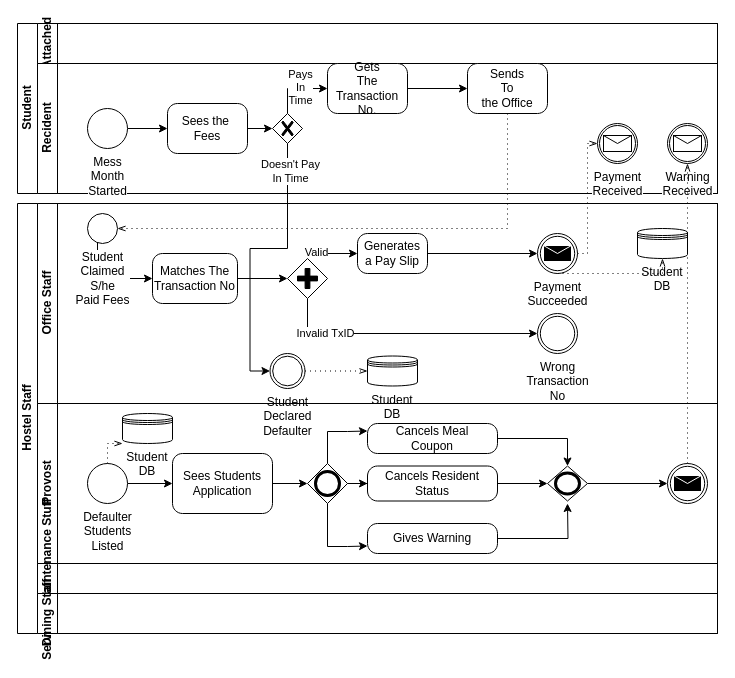
Above: page "Page-5" (5 of 6) of BPMN/BPMN_B1_4.drawio in Noman1705088/CSE-326 (draw.io), before the change. Source tidied: cells renumbered, new cells numbered last; positions are measured from the earlier drawing's top-left corner, leaving out a move shared by most shapes. Both pictures are drawn from the tidied source at 100%, with x=0, y=0 at pixel (17, 23).
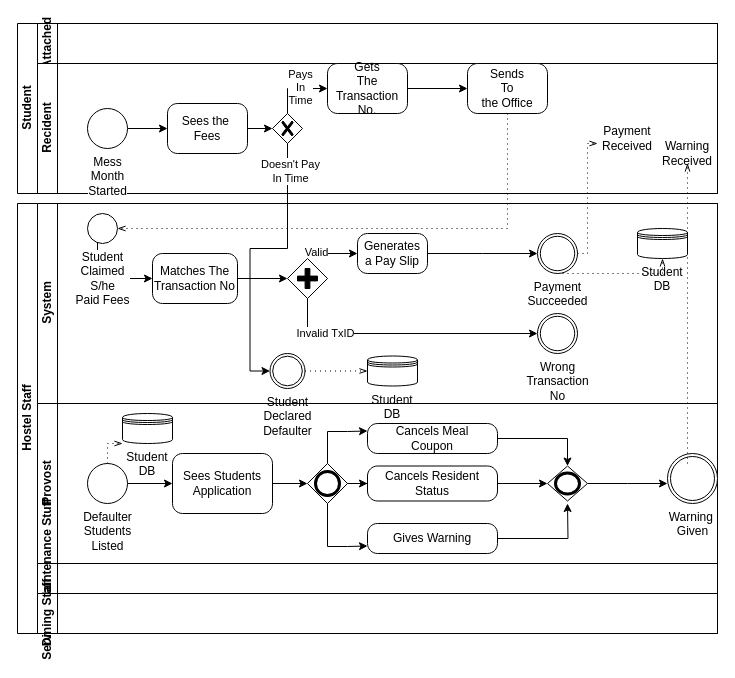
The same diagram, later.

Unchanged cells that the change refers to:
```xml
<mxCell id="4" value="Recident" style="swimlane;html=1;startSize=20;horizontal=0;" parent="2" vertex="1">
  <mxGeometry x="20" y="40" width="680" height="130" as="geometry" />
</mxCell>
<mxCell id="17" value="Hostel Staff" style="swimlane;html=1;horizontal=0;startSize=20;" parent="1" vertex="1">
  <mxGeometry y="180" width="700" height="430" as="geometry" />
</mxCell>
<mxCell id="33" value="Generates&#10;a Pay Slip" style="points=[[0.25,0,0],[0.5,0,0],[0.75,0,0],[1,0.25,0],[1,0.5,0],[1,0.75,0],[0.75,1,0],[0.5,1,0],[0.25,1,0],[0,0.75,0],[0,0.5,0],[0,0.25,0]];shape=mxgraph.bpmn.task;whiteSpace=wrap;rectStyle=rounded;size=10;taskMarker=abstract;" parent="18" vertex="1">
  <mxGeometry x="320" y="30" width="70" height="40" as="geometry" />
</mxCell>
<mxCell id="39" value="Student&lt;br&gt;DB" style="shape=datastore;whiteSpace=wrap;html=1;labelPosition=center;verticalLabelPosition=bottom;align=center;verticalAlign=top;" parent="18" vertex="1">
  <mxGeometry x="600" y="25" width="50" height="30" as="geometry" />
</mxCell>
<mxCell id="41" value="Provost" style="swimlane;html=1;startSize=20;horizontal=0;" parent="17" vertex="1">
  <mxGeometry x="20" y="200" width="680" height="160" as="geometry" />
</mxCell>
<mxCell id="56" style="points=[[0.25,0.25,0],[0.5,0,0],[0.75,0.25,0],[1,0.5,0],[0.75,0.75,0],[0.5,1,0],[0.25,0.75,0],[0,0.5,0]];shape=mxgraph.bpmn.gateway2;html=1;verticalLabelPosition=bottom;labelBackgroundColor=#ffffff;verticalAlign=top;align=center;perimeter=rhombusPerimeter;outlineConnect=0;outline=end;symbol=general;" parent="41" vertex="1">
  <mxGeometry x="510" y="62.5" width="40" height="35" as="geometry" />
</mxCell>
```

Diff of the diagram source:
```diff
@@
-    <mxCell id="15" value="Payment&lt;br&gt;Received" style="points=[[0.145,0.145,0],[0.5,0,0],[0.855,0.145,0],[1,0.5,0],[0.855,0.855,0],[0.5,1,0],[0.145,0.855,0],[0,0.5,0]];shape=mxgraph.bpmn.event;html=1;verticalLabelPosition=bottom;labelBackgroundColor=#ffffff;verticalAlign=top;align=center;perimeter=ellipsePerimeter;outlineConnect=0;outline=catching;symbol=message;" parent="4" vertex="1">
-      <mxGeometry x="560" y="60" width="40" height="40" as="geometry" />
+    <mxCell id="15" value="&lt;span style=&quot;background-color: rgb(255 , 255 , 255)&quot;&gt;Payment&lt;/span&gt;&lt;br&gt;&lt;span style=&quot;background-color: rgb(255 , 255 , 255)&quot;&gt;Received&lt;/span&gt;" style="text;html=1;strokeColor=none;fillColor=none;align=center;verticalAlign=middle;whiteSpace=wrap;rounded=0;" parent="4" vertex="1">
+      <mxGeometry x="560" y="65" width="60" height="20" as="geometry" />
     </mxCell>
-    <mxCell id="16" value="Warning&lt;br&gt;Received" style="points=[[0.145,0.145,0],[0.5,0,0],[0.855,0.145,0],[1,0.5,0],[0.855,0.855,0],[0.5,1,0],[0.145,0.855,0],[0,0.5,0]];shape=mxgraph.bpmn.event;html=1;verticalLabelPosition=bottom;labelBackgroundColor=#ffffff;verticalAlign=top;align=center;perimeter=ellipsePerimeter;outlineConnect=0;outline=catching;symbol=message;" parent="4" vertex="1">
-      <mxGeometry x="630" y="60" width="40" height="40" as="geometry" />
+    <mxCell id="16" value="&lt;span style=&quot;background-color: rgb(255 , 255 , 255)&quot;&gt;Warning&lt;/span&gt;&lt;br&gt;&lt;span style=&quot;background-color: rgb(255 , 255 , 255)&quot;&gt;Received&lt;/span&gt;" style="text;html=1;strokeColor=none;fillColor=none;align=center;verticalAlign=middle;whiteSpace=wrap;rounded=0;" parent="4" vertex="1">
+      <mxGeometry x="620" y="80" width="60" height="20" as="geometry" />
     </mxCell>
@@
-    <mxCell id="18" value="Office Staff" style="swimlane;html=1;startSize=20;horizontal=0;" parent="17" vertex="1">
+    <mxCell id="18" value="System" style="swimlane;html=1;startSize=20;horizontal=0;" parent="17" vertex="1">
       <mxGeometry x="20" width="680" height="200" as="geometry" />
     </mxCell>
@@
-    <mxCell id="32" style="edgeStyle=orthogonalEdgeStyle;rounded=0;jettySize=auto;html=1;" parent="18" edge="1" source="33" target="34">
-      <mxGeometry relative="1" as="geometry" />
+    <mxCell id="32" style="edgeStyle=orthogonalEdgeStyle;rounded=0;jettySize=auto;html=1;" parent="18" edge="1" source="33">
+      <mxGeometry relative="1" as="geometry">
+        <mxPoint x="500" y="50" as="targetPoint" />
+      </mxGeometry>
     </mxCell>
@@
-    <mxCell id="34" value="Payment&lt;br&gt;Succeeded" style="points=[[0.145,0.145,0],[0.5,0,0],[0.855,0.145,0],[1,0.5,0],[0.855,0.855,0],[0.5,1,0],[0.145,0.855,0],[0,0.5,0]];shape=mxgraph.bpmn.event;html=1;verticalLabelPosition=bottom;labelBackgroundColor=#ffffff;verticalAlign=top;align=center;perimeter=ellipsePerimeter;outlineConnect=0;outline=throwing;symbol=message;" parent="18" vertex="1">
-      <mxGeometry x="500" y="30" width="40" height="40" as="geometry" />
-    </mxCell>
@@
-    <mxCell id="40" style="edgeStyle=elbowEdgeStyle;fontSize=12;html=1;endFill=0;startFill=0;endSize=6;startSize=6;dashed=1;dashPattern=1 4;endArrow=openThin;startArrow=none;rounded=0;exitX=0.5;exitY=1;exitDx=0;exitDy=0;exitPerimeter=0;entryX=0.5;entryY=1;entryDx=0;entryDy=0;" parent="18" edge="1" source="34" target="39">
+    <mxCell id="40" style="edgeStyle=elbowEdgeStyle;fontSize=12;html=1;endFill=0;startFill=0;endSize=6;startSize=6;dashed=1;dashPattern=1 4;endArrow=openThin;startArrow=none;rounded=0;exitX=0.5;exitY=1;exitDx=0;exitDy=0;exitPerimeter=0;entryX=0.5;entryY=1;entryDx=0;entryDy=0;" parent="18" edge="1" target="39">
       <mxGeometry relative="1" as="geometry">
+        <mxPoint x="520" y="70" as="sourcePoint" />
         <Array as="points">
           <mxPoint x="625" y="70" />
         </Array>
       </mxGeometry>
     </mxCell>
+    <mxCell id="34" value="Payment&lt;br&gt;Succeeded" style="points=[[0.145,0.145,0],[0.5,0,0],[0.855,0.145,0],[1,0.5,0],[0.855,0.855,0],[0.5,1,0],[0.145,0.855,0],[0,0.5,0]];shape=mxgraph.bpmn.event;html=1;verticalLabelPosition=bottom;labelBackgroundColor=#ffffff;verticalAlign=top;align=center;perimeter=ellipsePerimeter;outlineConnect=0;outline=throwing;symbol=general;" parent="18" vertex="1">
+      <mxGeometry x="500" y="30" width="40" height="40" as="geometry" />
+    </mxCell>
@@
-    <mxCell id="55" style="edgeStyle=orthogonalEdgeStyle;rounded=0;jettySize=auto;html=1;" parent="41" edge="1" source="56" target="57">
-      <mxGeometry relative="1" as="geometry" />
+    <mxCell id="55" style="edgeStyle=orthogonalEdgeStyle;rounded=0;jettySize=auto;html=1;" parent="41" edge="1" source="56">
+      <mxGeometry relative="1" as="geometry">
+        <mxPoint x="630" y="80" as="targetPoint" />
+      </mxGeometry>
     </mxCell>
@@
-    <mxCell id="57" style="points=[[0.145,0.145,0],[0.5,0,0],[0.855,0.145,0],[1,0.5,0],[0.855,0.855,0],[0.5,1,0],[0.145,0.855,0],[0,0.5,0]];shape=mxgraph.bpmn.event;html=1;verticalLabelPosition=bottom;labelBackgroundColor=#ffffff;verticalAlign=top;align=center;perimeter=ellipsePerimeter;outlineConnect=0;outline=throwing;symbol=message;" parent="41" vertex="1">
-      <mxGeometry x="630" y="60" width="40" height="40" as="geometry" />
-    </mxCell>
@@
+    <mxCell id="72" value="Warning&amp;nbsp;&lt;br&gt;Given" style="shape=mxgraph.bpmn.event;html=1;verticalLabelPosition=bottom;labelBackgroundColor=#ffffff;verticalAlign=top;align=center;perimeter=ellipsePerimeter;outline=throwing;symbol=general;" parent="41" vertex="1">
+      <mxGeometry x="630" y="50" width="50" height="50" as="geometry" />
+    </mxCell>
@@
-    <mxCell id="67" style="edgeStyle=elbowEdgeStyle;fontSize=12;html=1;endFill=0;startFill=0;endSize=6;startSize=6;dashed=1;dashPattern=1 4;endArrow=openThin;startArrow=none;rounded=0;" parent="1" edge="1" source="34" target="15">
-      <mxGeometry relative="1" as="geometry" />
+    <mxCell id="67" style="edgeStyle=elbowEdgeStyle;fontSize=12;html=1;endFill=0;startFill=0;endSize=6;startSize=6;dashed=1;dashPattern=1 4;endArrow=openThin;startArrow=none;rounded=0;" parent="1" edge="1">
+      <mxGeometry relative="1" as="geometry">
+        <mxPoint x="560" y="230" as="sourcePoint" />
+        <mxPoint x="580" y="120" as="targetPoint" />
+      </mxGeometry>
     </mxCell>
@@
-    <mxCell id="71" style="edgeStyle=elbowEdgeStyle;fontSize=12;html=1;endFill=0;startFill=0;endSize=6;startSize=6;dashed=1;dashPattern=1 4;endArrow=openThin;startArrow=none;rounded=0;exitX=0.5;exitY=0;exitDx=0;exitDy=0;exitPerimeter=0;" parent="1" edge="1" source="57" target="16">
-      <mxGeometry relative="1" as="geometry" />
+    <mxCell id="71" style="edgeStyle=elbowEdgeStyle;fontSize=12;html=1;endFill=0;startFill=0;endSize=6;startSize=6;dashed=1;dashPattern=1 4;endArrow=openThin;startArrow=none;rounded=0;exitX=0.5;exitY=0;exitDx=0;exitDy=0;exitPerimeter=0;" parent="1" edge="1">
+      <mxGeometry relative="1" as="geometry">
+        <mxPoint x="670" y="440" as="sourcePoint" />
+        <mxPoint x="670" y="140" as="targetPoint" />
+      </mxGeometry>
     </mxCell>
```
